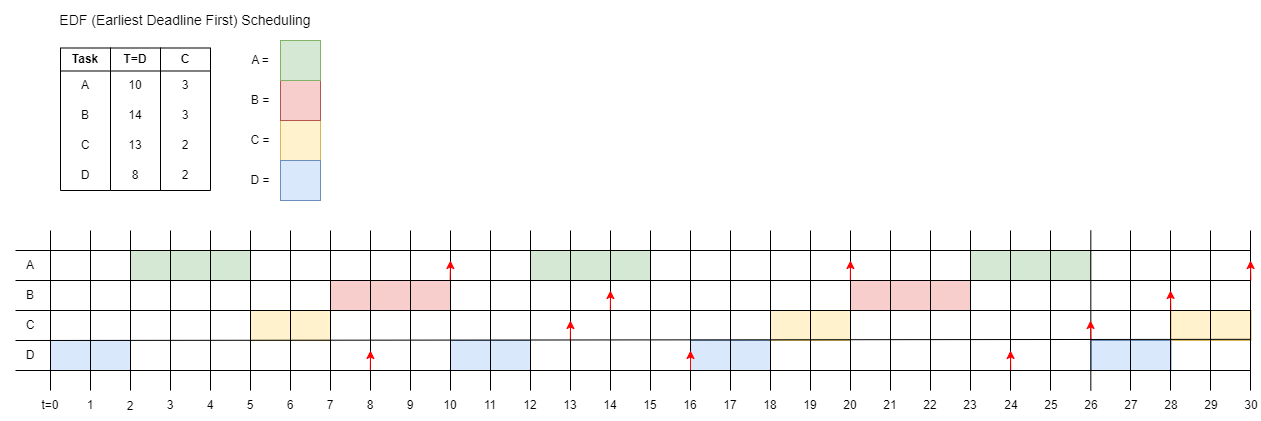
The draw.io diagram Assignment1/images/Ass1Q4.drawio.png in emiilbro/DVA482, before a commit. Source tidied: cells renumbered, new cells last; positions are measured from the earlier drawing's top-left corner, leaving out a move shared by most shapes.
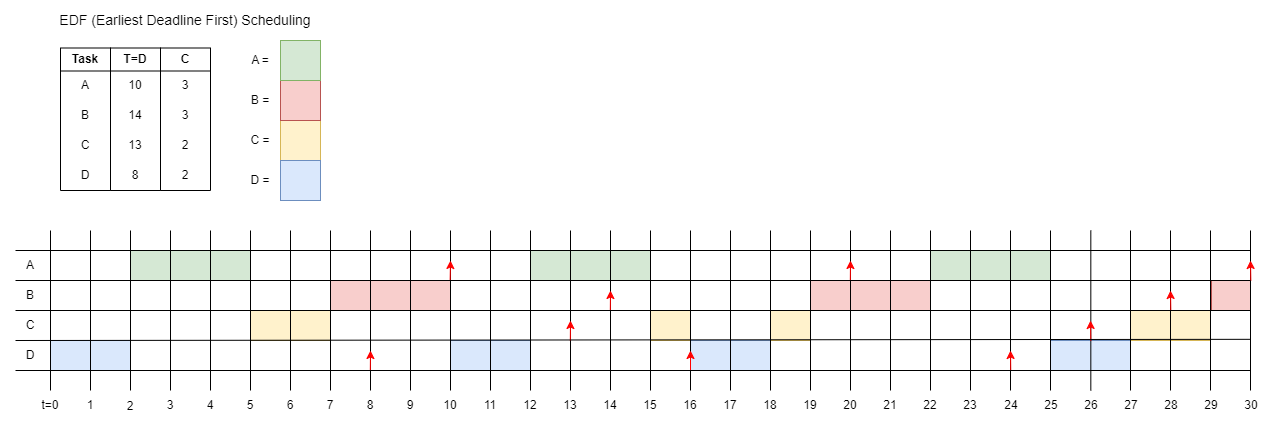
After the commit.

The edit, as a diff of the source:
```diff
@@ -2,20 +2,26 @@
   <root>
     <mxCell id="0" />
     <mxCell id="1" parent="0" />
+    <mxCell id="119" style="rounded=0;whiteSpace=wrap;html=1;fillColor=#f8cecc;strokeColor=#b85450;" parent="1" vertex="1">
+      <mxGeometry x="1211" y="280" width="39" height="30" as="geometry" />
+    </mxCell>
+    <mxCell id="120" style="rounded=0;whiteSpace=wrap;html=1;fillColor=#fff2cc;strokeColor=#d6b656;" parent="1" vertex="1">
+      <mxGeometry x="650" y="310" width="40" height="30" as="geometry" />
+    </mxCell>
     <mxCell id="2" style="rounded=0;whiteSpace=wrap;html=1;fillColor=#fff2cc;strokeColor=#d6b656;" parent="1" vertex="1">
-      <mxGeometry x="1170.5" y="310" width="80" height="30" as="geometry" />
+      <mxGeometry x="1130" y="310" width="80" height="30" as="geometry" />
     </mxCell>
     <mxCell id="3" style="rounded=0;whiteSpace=wrap;html=1;fillColor=#dae8fc;strokeColor=#6c8ebf;" parent="1" vertex="1">
-      <mxGeometry x="1090.5" y="340" width="80" height="30" as="geometry" />
+      <mxGeometry x="1050" y="340" width="80" height="30" as="geometry" />
     </mxCell>
     <mxCell id="4" style="rounded=0;whiteSpace=wrap;html=1;fillColor=#d5e8d4;strokeColor=#82b366;" parent="1" vertex="1">
-      <mxGeometry x="970" y="250" width="120" height="30" as="geometry" />
+      <mxGeometry x="930" y="250" width="120" height="30" as="geometry" />
     </mxCell>
     <mxCell id="5" style="rounded=0;whiteSpace=wrap;html=1;fillColor=#f8cecc;strokeColor=#b85450;" parent="1" vertex="1">
-      <mxGeometry x="850" y="280" width="120" height="30" as="geometry" />
+      <mxGeometry x="810" y="280" width="120" height="30" as="geometry" />
     </mxCell>
     <mxCell id="6" style="rounded=0;whiteSpace=wrap;html=1;fillColor=#fff2cc;strokeColor=#d6b656;" parent="1" vertex="1">
-      <mxGeometry x="770" y="310" width="80" height="30" as="geometry" />
+      <mxGeometry x="770" y="310" width="40" height="30" as="geometry" />
     </mxCell>
     <mxCell id="7" style="rounded=0;whiteSpace=wrap;html=1;fillColor=#dae8fc;strokeColor=#6c8ebf;" parent="1" vertex="1">
       <mxGeometry x="690" y="340" width="80" height="30" as="geometry" />
```
